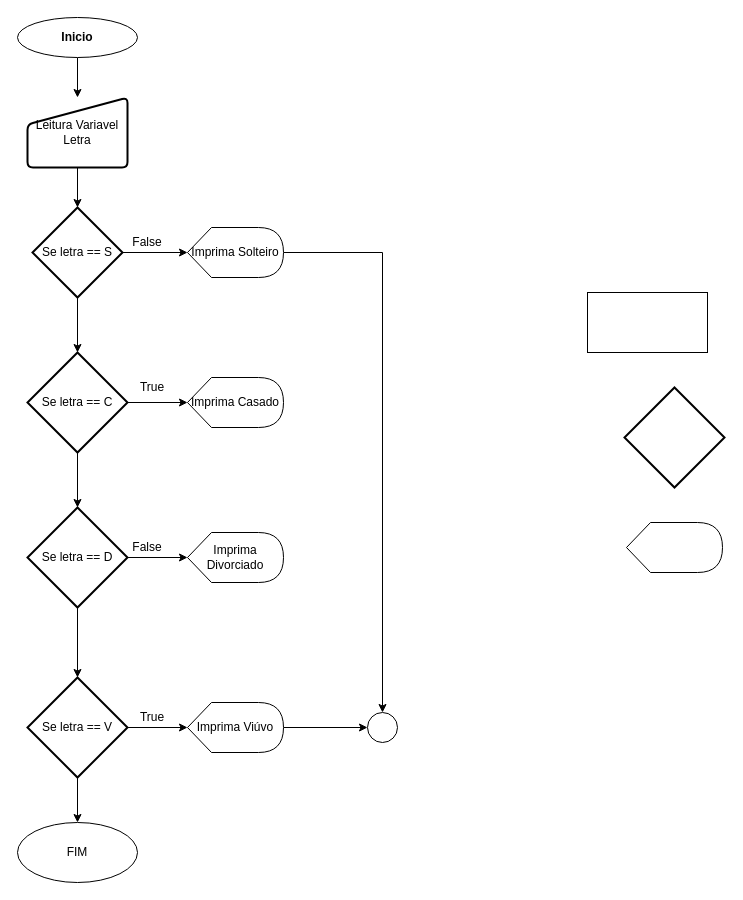
Earlier version of the draw.io diagram scdv.drawio (RaycA-Pal7/LDPEletroG). Source tidied: cells renumbered, new cells numbered last; positions are measured from the earlier drawing's top-left corner, leaving out a move shared by most shapes. Both pictures are drawn from the tidied source at 100%, with x=0, y=0 at pixel (17, 17).
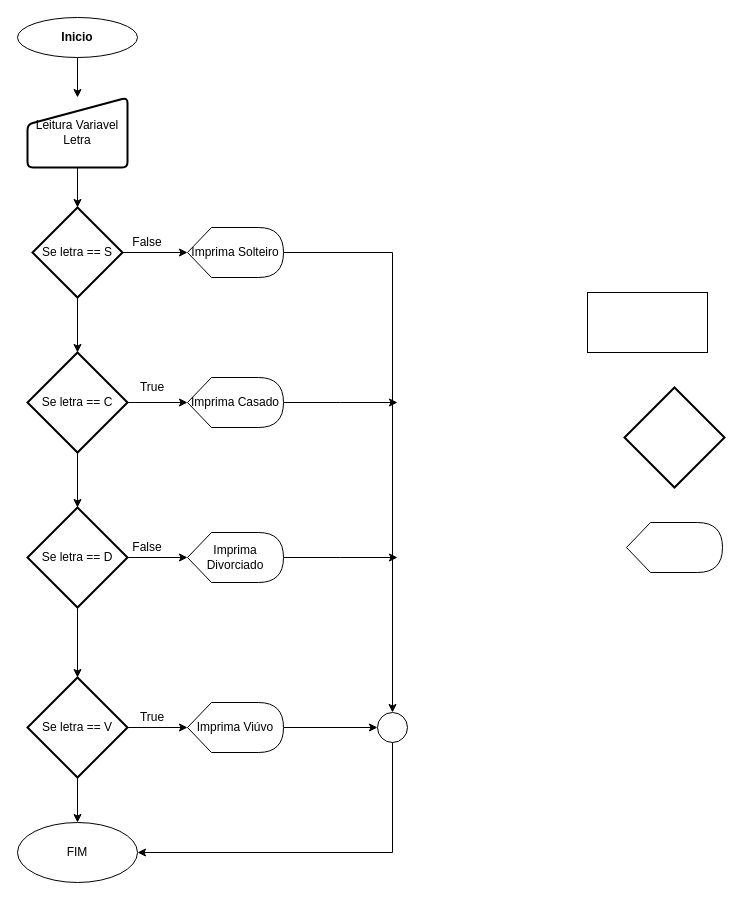
The same page after the edit.

Unchanged cells that the change refers to:
```xml
<mxCell id="4" value="FIM" style="ellipse;whiteSpace=wrap;html=1;" parent="1" vertex="1">
  <mxGeometry y="805" width="120" height="60" as="geometry" />
</mxCell>
<mxCell id="21" value="Imprima Casado" style="shape=display;whiteSpace=wrap;html=1;" parent="1" vertex="1">
  <mxGeometry x="170" y="360" width="96" height="50" as="geometry" />
</mxCell>
<mxCell id="26" value="Imprima Divorciado" style="shape=display;whiteSpace=wrap;html=1;" parent="1" vertex="1">
  <mxGeometry x="170" y="515" width="96" height="50" as="geometry" />
</mxCell>
```

Diff of the diagram source:
```diff
@@
+    <mxCell id="33" style="edgeStyle=orthogonalEdgeStyle;rounded=0;jettySize=auto;html=1;exitX=0.5;exitY=1;exitDx=0;exitDy=0;entryX=1;entryY=0.5;entryDx=0;entryDy=0;" parent="1" edge="1" source="12" target="4">
+      <mxGeometry relative="1" as="geometry" />
+    </mxCell>
     <mxCell id="12" style="ellipse;whiteSpace=wrap;html=1;" parent="1" vertex="1">
-      <mxGeometry x="350" y="695" width="30" height="30" as="geometry" />
+      <mxGeometry x="360" y="695" width="30" height="30" as="geometry" />
     </mxCell>
@@
+    <mxCell id="34" style="edgeStyle=orthogonalEdgeStyle;rounded=0;jettySize=auto;html=1;" parent="1" edge="1" source="21">
+      <mxGeometry relative="1" as="geometry">
+        <mxPoint x="380" y="385" as="targetPoint" />
+      </mxGeometry>
+    </mxCell>
@@
+    <mxCell id="35" style="edgeStyle=orthogonalEdgeStyle;rounded=0;jettySize=auto;html=1;" parent="1" edge="1" source="26">
+      <mxGeometry relative="1" as="geometry">
+        <mxPoint x="380" y="540" as="targetPoint" />
+      </mxGeometry>
+    </mxCell>
```
